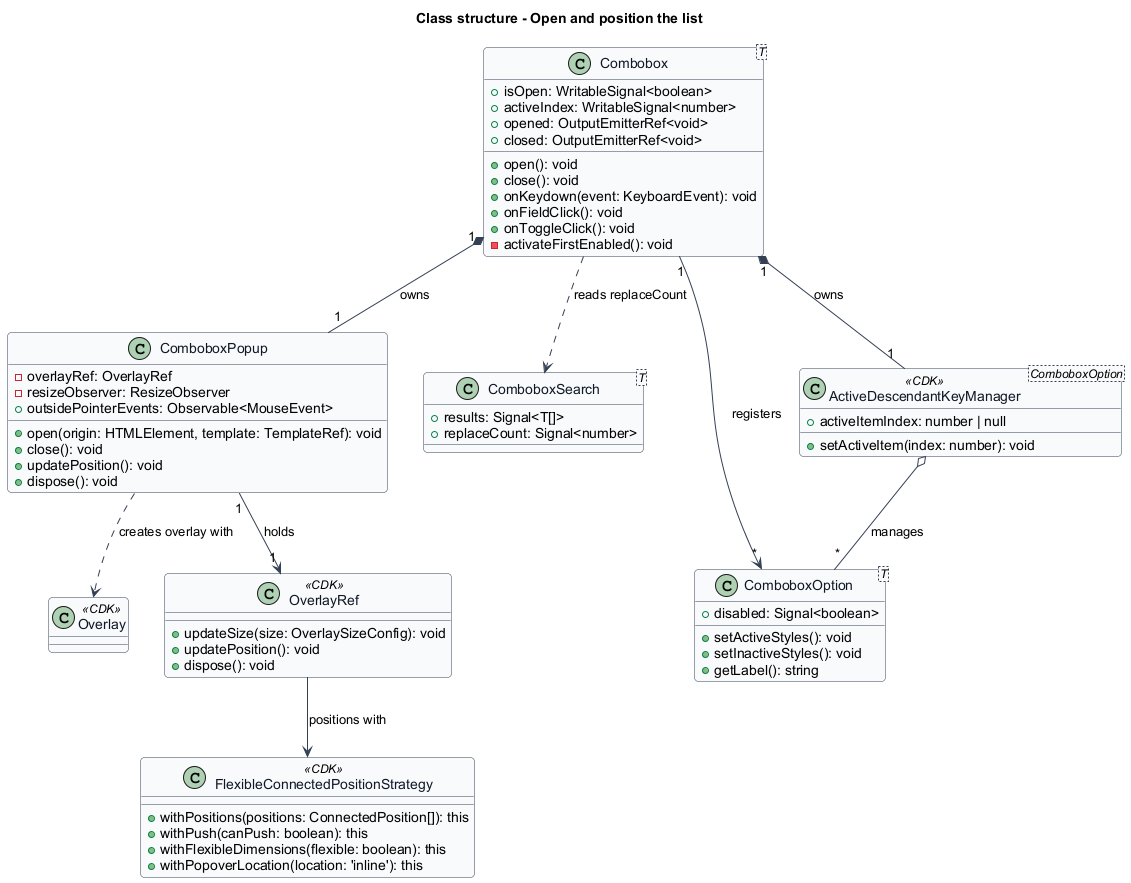
QuinntyneBrown/Tessera keeps this PlantUML diagram as docs/detailed-designs/combobox/open-and-position-list/diagrams/class-structure.png. Above is the earlier version.
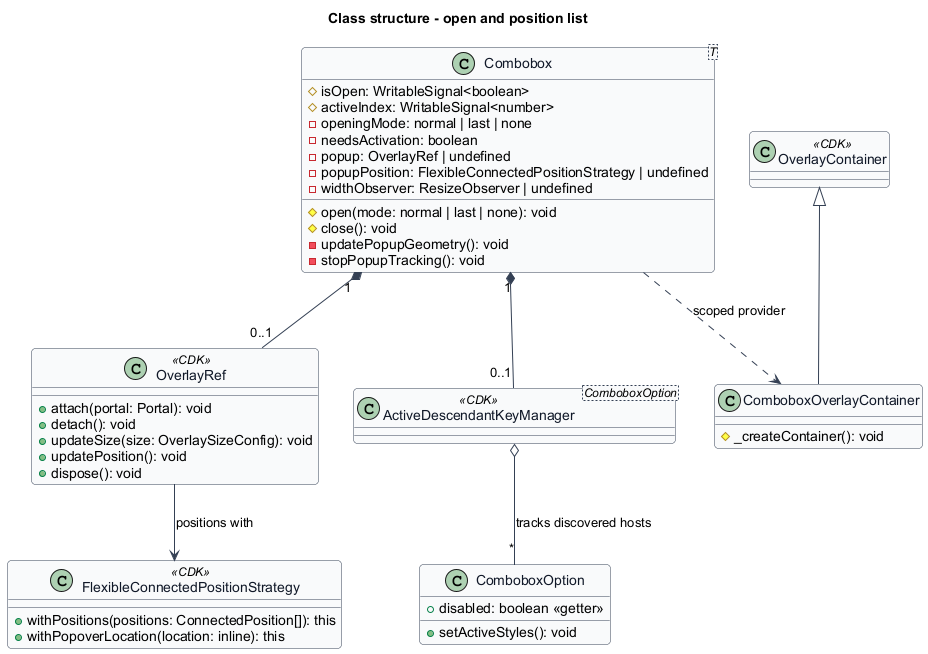
Above is the later version.

The edit, as a diff of the source:
```diff
@@ -1,5 +1,4 @@
 @startuml
-title Class structure - Open and position the list
 skinparam backgroundColor #FFFFFF
 skinparam shadowing false
 skinparam roundcorner 8
@@ -10,66 +9,44 @@
   FontColor #101828
   BackgroundColor #F9FAFB
 }
-
-class "Combobox<T>" as Combobox {
-  +isOpen: WritableSignal<boolean>
-  +activeIndex: WritableSignal<number>
-  +opened: OutputEmitterRef<void>
-  +closed: OutputEmitterRef<void>
-  +open(): void
-  +close(): void
-  +onKeydown(event: KeyboardEvent): void
-  +onFieldClick(): void
-  +onToggleClick(): void
-  -activateFirstEnabled(): void
+title Class structure - open and position list
+class "Combobox<T>" as Combo {
+  #isOpen: WritableSignal<boolean>
+  #activeIndex: WritableSignal<number>
+  -openingMode: normal | last | none
+  -needsActivation: boolean
+  -popup: OverlayRef | undefined
+  -popupPosition: FlexibleConnectedPositionStrategy | undefined
+  -widthObserver: ResizeObserver | undefined
+  #open(mode: normal | last | none): void
+  #close(): void
+  -updatePopupGeometry(): void
+  -stopPopupTracking(): void
 }
-
-class ComboboxPopup {
-  -overlayRef: OverlayRef
-  -resizeObserver: ResizeObserver
-  +outsidePointerEvents: Observable<MouseEvent>
-  +open(origin: HTMLElement, template: TemplateRef): void
-  +close(): void
-  +updatePosition(): void
-  +dispose(): void
-}
-
-class "ComboboxSearch<T>" as ComboboxSearch {
-  +results: Signal<T[]>
-  +replaceCount: Signal<number>
-}
-
-class "ComboboxOption<T>" as ComboboxOption {
-  +disabled: Signal<boolean>
-  +setActiveStyles(): void
-  +setInactiveStyles(): void
-  +getLabel(): string
-}
-
-class "ActiveDescendantKeyManager<ComboboxOption>" as KeyManager <<CDK>> {
-  +activeItemIndex: number | null
-  +setActiveItem(index: number): void
-}
-
-class Overlay <<CDK>>
 class OverlayRef <<CDK>> {
+  +attach(portal: Portal): void
+  +detach(): void
   +updateSize(size: OverlaySizeConfig): void
   +updatePosition(): void
   +dispose(): void
 }
 class FlexibleConnectedPositionStrategy <<CDK>> {
   +withPositions(positions: ConnectedPosition[]): this
-  +withPush(canPush: boolean): this
-  +withFlexibleDimensions(flexible: boolean): this
-  +withPopoverLocation(location: 'inline'): this
+  +withPopoverLocation(location: inline): this
 }
-
-Combobox "1" *-- "1" ComboboxPopup : owns
-Combobox "1" *-- "1" KeyManager : owns
-Combobox "1" --> "*" ComboboxOption : registers
-Combobox ..> ComboboxSearch : reads replaceCount
-KeyManager o-- "*" ComboboxOption : manages
-ComboboxPopup ..> Overlay : creates overlay with
-ComboboxPopup "1" --> "1" OverlayRef : holds
+class "ActiveDescendantKeyManager<ComboboxOption>" as Keys <<CDK>>
+class ComboboxOption {
+  +disabled: boolean <<getter>>
+  +setActiveStyles(): void
+}
+class OverlayContainer <<CDK>>
+class ComboboxOverlayContainer {
+  #_createContainer(): void
+}
+Combo "1" *-- "0..1" OverlayRef
 OverlayRef --> FlexibleConnectedPositionStrategy : positions with
+Combo "1" *-- "0..1" Keys
+Keys o-- "*" ComboboxOption : tracks discovered hosts
+OverlayContainer <|-- ComboboxOverlayContainer
+Combo ..> ComboboxOverlayContainer : scoped provider
 @enduml
```
